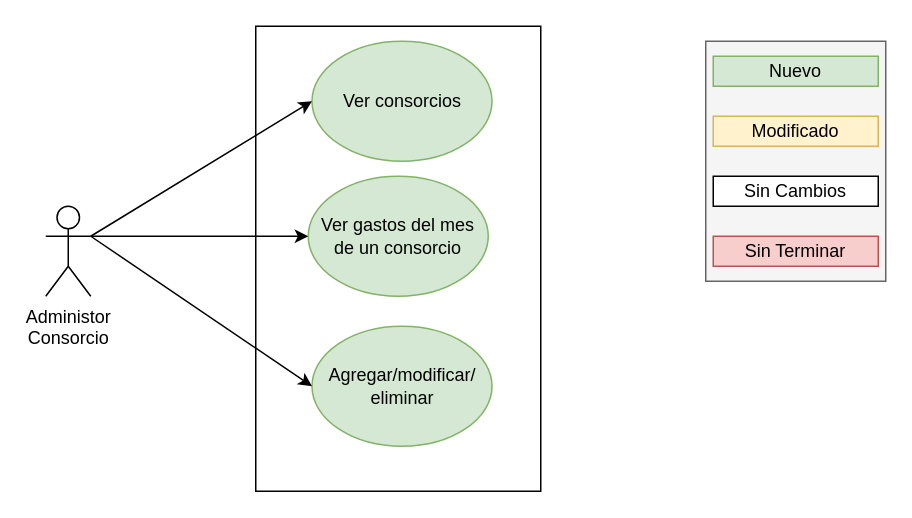
Earlier version of the draw.io diagram united-consortium-doc/use-cases-sources/use-cases.drawio (fbritez/consorcio-unido). Source tidied: cells renumbered, new cells numbered last; positions are measured from the earlier drawing's top-left corner, leaving out a move shared by most shapes. Both pictures are drawn from the tidied source at 150%, with x=0, y=0 at pixel (45, 26).
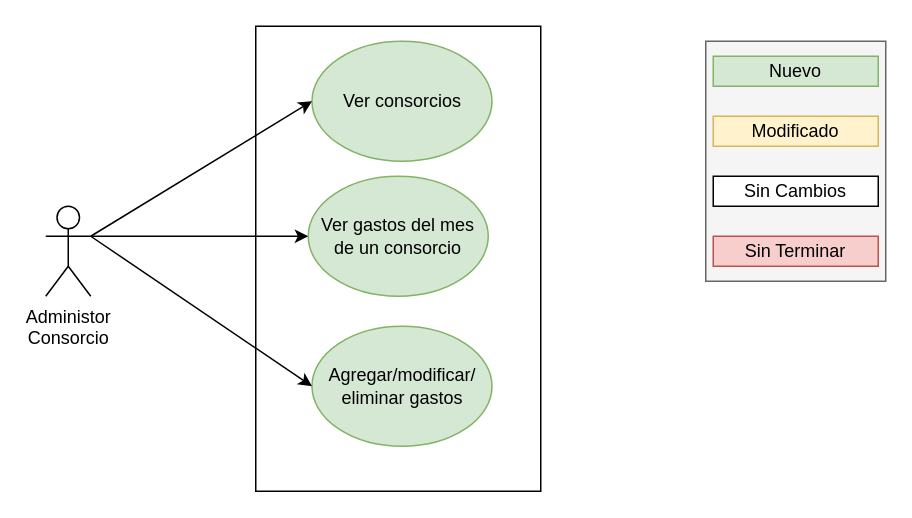
The same page after the edit.

The edit, as a diff of the source:
```diff
@@
 <mxGraphModel>
   <root>
     <mxCell id="0" />
     <mxCell id="1" parent="0" />
     <mxCell id="2" style="rounded=0;whiteSpace=wrap;html=1;" parent="1" vertex="1">
       <mxGeometry x="140" width="190" height="310" as="geometry" />
     </mxCell>
     <mxCell id="3" value="Administor&lt;br&gt;Consorcio" style="shape=umlActor;verticalLabelPosition=bottom;verticalAlign=top;html=1;outlineConnect=0;" parent="1" vertex="1">
       <mxGeometry y="120" width="30" height="60" as="geometry" />
     </mxCell>
     <mxCell id="4" value="Ver consorcios" style="ellipse;whiteSpace=wrap;html=1;fillColor=#d5e8d4;strokeColor=#82b366;" parent="1" vertex="1">
       <mxGeometry x="177.5" y="10" width="120" height="80" as="geometry" />
     </mxCell>
     <mxCell id="5" style="endArrow=classic;html=1;entryX=0;entryY=0.5;entryDx=0;entryDy=0;exitX=1;exitY=0.3333333333333333;exitDx=0;exitDy=0;exitPerimeter=0;" parent="1" edge="1" source="3" target="4">
       <mxGeometry relative="1" as="geometry" />
     </mxCell>
     <mxCell id="6" value="Ver gastos del mes&lt;br&gt;de un consorcio" style="ellipse;whiteSpace=wrap;html=1;fillColor=#d5e8d4;strokeColor=#82b366;" parent="1" vertex="1">
       <mxGeometry x="175" y="100" width="120" height="80" as="geometry" />
     </mxCell>
     <mxCell id="7" style="endArrow=classic;html=1;entryX=0;entryY=0.5;entryDx=0;entryDy=0;" parent="1" edge="1" target="6">
       <mxGeometry relative="1" as="geometry">
         <mxPoint x="30" y="140" as="sourcePoint" />
       </mxGeometry>
     </mxCell>
-    <mxCell id="8" value="Agregar/modificar/&lt;br&gt;eliminar" style="ellipse;whiteSpace=wrap;html=1;fillColor=#d5e8d4;strokeColor=#82b366;" parent="1" vertex="1">
+    <mxCell id="8" value="Agregar/modificar/&lt;br&gt;eliminar gastos" style="ellipse;whiteSpace=wrap;html=1;fillColor=#d5e8d4;strokeColor=#82b366;" parent="1" vertex="1">
       <mxGeometry x="177.5" y="200" width="120" height="80" as="geometry" />
     </mxCell>
     <mxCell id="9" style="endArrow=classic;html=1;entryX=0;entryY=0.5;entryDx=0;entryDy=0;exitX=1;exitY=0.3333333333333333;exitDx=0;exitDy=0;exitPerimeter=0;" parent="1" edge="1" source="3" target="8">
       <mxGeometry relative="1" as="geometry" />
     </mxCell>
     <mxCell id="10" style="rounded=0;whiteSpace=wrap;html=1;fillColor=#f5f5f5;strokeColor=#666666;fontColor=#333333;" parent="1" vertex="1">
       <mxGeometry x="440" y="10" width="120" height="160" as="geometry" />
     </mxCell>
     <mxCell id="11" value="Nuevo" style="rounded=0;whiteSpace=wrap;html=1;fillColor=#d5e8d4;strokeColor=#82b366;" parent="1" vertex="1">
       <mxGeometry x="445" y="20" width="110" height="20" as="geometry" />
     </mxCell>
     <mxCell id="12" value="Modificado" style="rounded=0;whiteSpace=wrap;html=1;fillColor=#fff2cc;strokeColor=#d6b656;" parent="1" vertex="1">
       <mxGeometry x="445" y="60" width="110" height="20" as="geometry" />
     </mxCell>
     <mxCell id="13" value="Sin Cambios" style="rounded=0;whiteSpace=wrap;html=1;" parent="1" vertex="1">
       <mxGeometry x="445" y="100" width="110" height="20" as="geometry" />
     </mxCell>
     <mxCell id="14" value="Sin Terminar" style="rounded=0;whiteSpace=wrap;html=1;fillColor=#f8cecc;strokeColor=#b85450;" parent="1" vertex="1">
       <mxGeometry x="445" y="140" width="110" height="20" as="geometry" />
     </mxCell>
   </root>
 </mxGraphModel>
```
